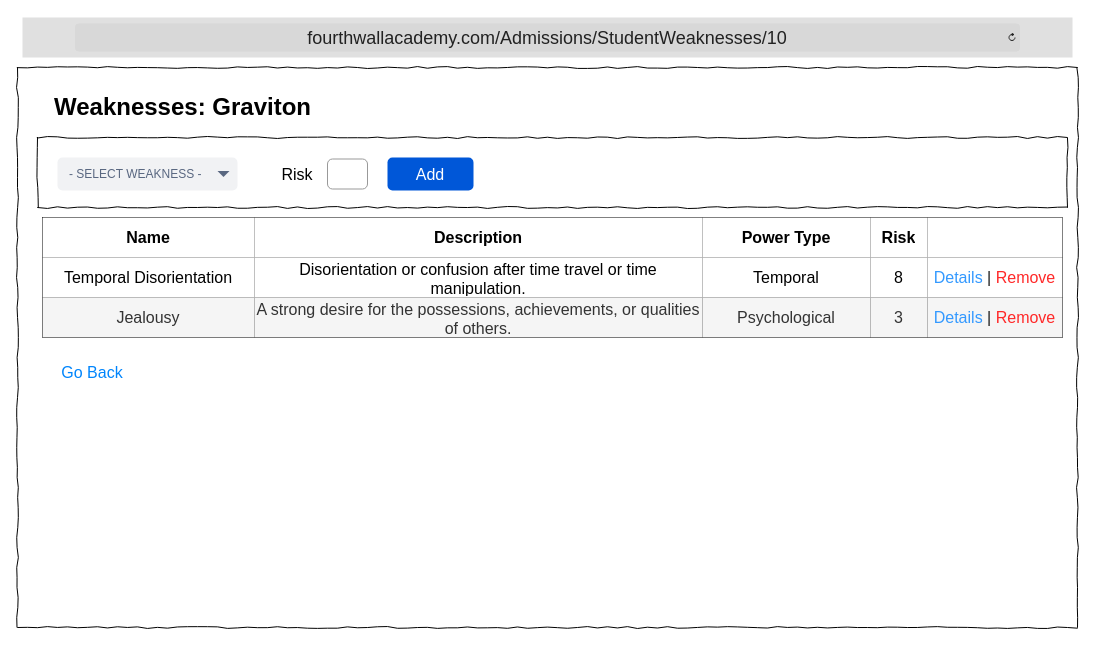
Before: DesignDocument/Wireframes/4thWallAcademy_Students_Weaknesses.drawio in TRed91/4thWallAcademy, a draw.io diagram. Source tidied: cells renumbered, new cells numbered last; positions are measured from the earlier drawing's top-left corner, leaving out a move shared by most shapes. Both pictures are drawn from the tidied source at 100%, with x=0, y=0 at pixel (17, 17).
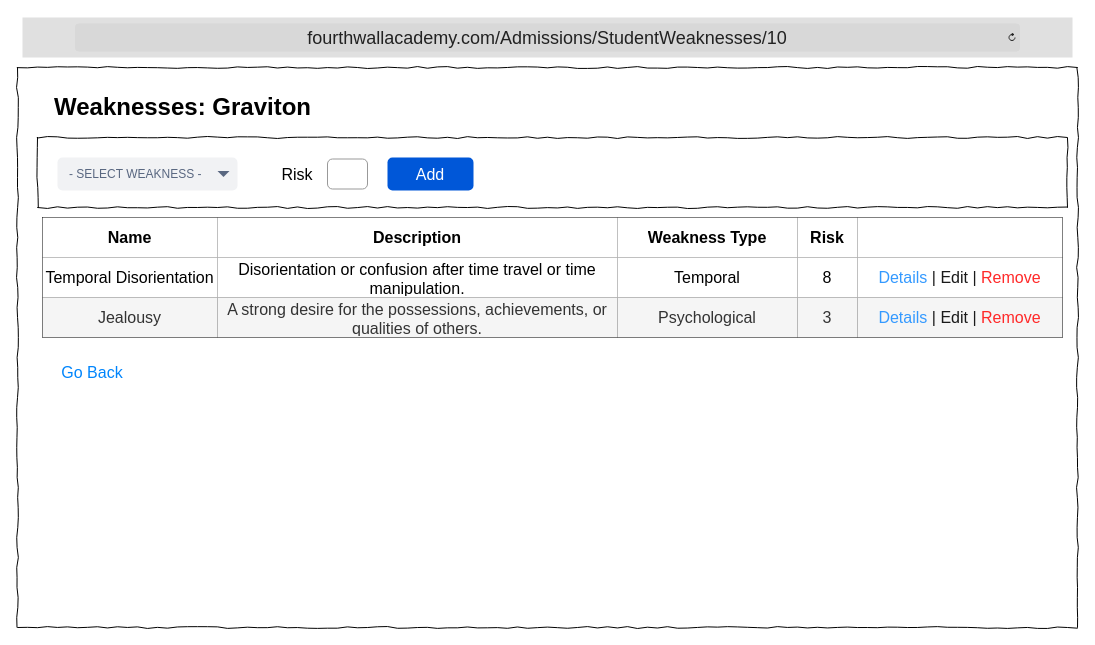
After the change.

Unchanged cells that the change refers to:
```xml
<mxCell id="7" style="shape=tableRow;horizontal=0;startSize=0;swimlaneHead=0;swimlaneBody=0;strokeColor=inherit;top=0;left=0;bottom=0;right=0;fillColor=none;fontSize=16;" parent="6" vertex="1">
  <mxGeometry width="1020" height="40" as="geometry" />
</mxCell>
<mxCell id="13" style="shape=tableRow;horizontal=0;startSize=0;swimlaneHead=0;swimlaneBody=0;strokeColor=inherit;top=0;left=0;bottom=0;right=0;fillColor=none;fontSize=16;" parent="6" vertex="1">
  <mxGeometry y="40" width="1020" height="40" as="geometry" />
</mxCell>
<mxCell id="19" style="shape=tableRow;horizontal=0;startSize=0;swimlaneHead=0;swimlaneBody=0;strokeColor=inherit;top=0;left=0;bottom=0;right=0;fillColor=none;fontSize=16;" parent="6" vertex="1">
  <mxGeometry y="80" width="1020" height="40" as="geometry" />
</mxCell>
```

The edit, as a diff of the source:
```diff
@@
     <mxCell id="8" value="&lt;b&gt;Name&lt;/b&gt;" style="shape=partialRectangle;html=1;whiteSpace=wrap;overflow=hidden;top=0;left=0;bottom=0;right=0;fontSize=16;" parent="7" vertex="1">
-      <mxGeometry width="212" height="40" as="geometry" />
+      <mxGeometry width="175" height="40" as="geometry" />
     </mxCell>
     <mxCell id="9" value="&lt;b&gt;Description&lt;/b&gt;" style="shape=partialRectangle;html=1;whiteSpace=wrap;overflow=hidden;top=0;left=0;bottom=0;right=0;fontSize=16;" parent="7" vertex="1">
-      <mxGeometry x="212" width="448" height="40" as="geometry" />
+      <mxGeometry x="175" width="400" height="40" as="geometry" />
     </mxCell>
-    <mxCell id="10" value="&lt;b&gt;Power Type&lt;/b&gt;" style="shape=partialRectangle;html=1;whiteSpace=wrap;overflow=hidden;top=0;left=0;bottom=0;right=0;fontSize=16;" parent="7" vertex="1">
-      <mxGeometry x="660" width="168" height="40" as="geometry" />
+    <mxCell id="10" value="&lt;b&gt;Weakness Type&lt;/b&gt;" style="shape=partialRectangle;html=1;whiteSpace=wrap;overflow=hidden;top=0;left=0;bottom=0;right=0;fontSize=16;" parent="7" vertex="1">
+      <mxGeometry x="575" width="180" height="40" as="geometry" />
     </mxCell>
     <mxCell id="11" value="&lt;b&gt;Risk&lt;/b&gt;" style="shape=partialRectangle;html=1;whiteSpace=wrap;overflow=hidden;top=0;left=0;bottom=0;right=0;fontSize=16;" parent="7" vertex="1">
-      <mxGeometry x="828" width="57" height="40" as="geometry" />
+      <mxGeometry x="755" width="60" height="40" as="geometry" />
     </mxCell>
     <mxCell id="12" style="shape=partialRectangle;html=1;whiteSpace=wrap;overflow=hidden;top=0;left=0;bottom=0;right=0;fontSize=16;" parent="7" vertex="1">
-      <mxGeometry x="885" width="135" height="40" as="geometry" />
+      <mxGeometry x="815" width="205" height="40" as="geometry" />
     </mxCell>
@@
     <mxCell id="14" value="Temporal Disorientation" style="shape=partialRectangle;html=1;whiteSpace=wrap;overflow=hidden;top=0;left=0;bottom=0;right=0;fontSize=16;" parent="13" vertex="1">
-      <mxGeometry width="212" height="40" as="geometry" />
+      <mxGeometry width="175" height="40" as="geometry" />
     </mxCell>
     <mxCell id="15" value="Disorientation or confusion after time travel or time manipulation." style="shape=partialRectangle;html=1;whiteSpace=wrap;overflow=hidden;top=0;left=0;bottom=0;right=0;fontSize=16;" parent="13" vertex="1">
-      <mxGeometry x="212" width="448" height="40" as="geometry" />
+      <mxGeometry x="175" width="400" height="40" as="geometry" />
     </mxCell>
     <mxCell id="16" value="Temporal" style="shape=partialRectangle;html=1;whiteSpace=wrap;overflow=hidden;top=0;left=0;bottom=0;right=0;fontSize=16;" parent="13" vertex="1">
-      <mxGeometry x="660" width="168" height="40" as="geometry" />
+      <mxGeometry x="575" width="180" height="40" as="geometry" />
     </mxCell>
     <mxCell id="17" value="8" style="shape=partialRectangle;html=1;whiteSpace=wrap;overflow=hidden;top=0;left=0;bottom=0;right=0;fontSize=16;" parent="13" vertex="1">
-      <mxGeometry x="828" width="57" height="40" as="geometry" />
+      <mxGeometry x="755" width="60" height="40" as="geometry" />
     </mxCell>
-    <mxCell id="18" value="&lt;font color=&quot;#3399ff&quot;&gt;Details&lt;/font&gt;&lt;font color=&quot;#ff2929&quot;&gt; &lt;/font&gt;&lt;font color=&quot;#1a1a1a&quot;&gt;|&lt;/font&gt;&lt;font color=&quot;#ff2929&quot;&gt; Remove&lt;/font&gt;" style="shape=partialRectangle;html=1;whiteSpace=wrap;overflow=hidden;top=0;left=0;bottom=0;right=0;fontSize=16;" parent="13" vertex="1">
-      <mxGeometry x="885" width="135" height="40" as="geometry" />
+    <mxCell id="18" value="&lt;font color=&quot;#3399ff&quot;&gt;Details&lt;/font&gt;&lt;font color=&quot;#ff2929&quot;&gt; &lt;/font&gt;&lt;font color=&quot;#1a1a1a&quot;&gt;| &lt;/font&gt;&lt;font style=&quot;color: light-dark(rgb(26, 26, 26), rgb(51, 153, 255));&quot;&gt;Edit&lt;/font&gt;&lt;font color=&quot;#1a1a1a&quot;&gt; |&lt;/font&gt;&lt;font color=&quot;#ff2929&quot;&gt; Remove&lt;/font&gt;" style="shape=partialRectangle;html=1;whiteSpace=wrap;overflow=hidden;top=0;left=0;bottom=0;right=0;fontSize=16;" parent="13" vertex="1">
+      <mxGeometry x="815" width="205" height="40" as="geometry" />
     </mxCell>
@@
     <mxCell id="20" value="Jealousy" style="shape=partialRectangle;html=1;whiteSpace=wrap;strokeColor=#666666;overflow=hidden;fillColor=#f5f5f5;top=0;left=0;bottom=0;right=0;fontSize=16;fontColor=#333333;" parent="19" vertex="1">
-      <mxGeometry width="212" height="40" as="geometry" />
+      <mxGeometry width="175" height="40" as="geometry" />
     </mxCell>
     <mxCell id="21" value="A strong desire for the possessions, achievements, or qualities of others." style="shape=partialRectangle;html=1;whiteSpace=wrap;strokeColor=#666666;overflow=hidden;fillColor=#f5f5f5;top=0;left=0;bottom=0;right=0;fontSize=16;fontColor=#333333;" parent="19" vertex="1">
-      <mxGeometry x="212" width="448" height="40" as="geometry" />
+      <mxGeometry x="175" width="400" height="40" as="geometry" />
     </mxCell>
     <mxCell id="22" value="Psychological" style="shape=partialRectangle;html=1;whiteSpace=wrap;strokeColor=#666666;overflow=hidden;fillColor=#f5f5f5;top=0;left=0;bottom=0;right=0;fontSize=16;fontColor=#333333;" parent="19" vertex="1">
-      <mxGeometry x="660" width="168" height="40" as="geometry" />
+      <mxGeometry x="575" width="180" height="40" as="geometry" />
     </mxCell>
     <mxCell id="23" value="3" style="shape=partialRectangle;html=1;whiteSpace=wrap;strokeColor=#666666;overflow=hidden;fillColor=#f5f5f5;top=0;left=0;bottom=0;right=0;fontSize=16;fontColor=#333333;" parent="19" vertex="1">
-      <mxGeometry x="828" width="57" height="40" as="geometry" />
+      <mxGeometry x="755" width="60" height="40" as="geometry" />
     </mxCell>
-    <mxCell id="24" value="&lt;font color=&quot;#3399ff&quot;&gt;Details&lt;/font&gt;&lt;font color=&quot;#ff2929&quot;&gt;&amp;nbsp;&lt;/font&gt;&lt;font color=&quot;#1a1a1a&quot;&gt;|&lt;/font&gt;&lt;font color=&quot;#ff2929&quot;&gt;&amp;nbsp;Remove&lt;/font&gt;" style="shape=partialRectangle;html=1;whiteSpace=wrap;strokeColor=#666666;overflow=hidden;fillColor=#f5f5f5;top=0;left=0;bottom=0;right=0;fontSize=16;fontColor=#333333;" parent="19" vertex="1">
-      <mxGeometry x="885" width="135" height="40" as="geometry" />
+    <mxCell id="24" value="&lt;font color=&quot;#3399ff&quot;&gt;Details&lt;/font&gt;&lt;font color=&quot;#ff2929&quot;&gt;&amp;nbsp;&lt;/font&gt;&lt;font color=&quot;#1a1a1a&quot;&gt;| &lt;/font&gt;&lt;font style=&quot;color: light-dark(rgb(26, 26, 26), rgb(51, 153, 255));&quot;&gt;Edit&lt;/font&gt;&lt;font color=&quot;#1a1a1a&quot;&gt; |&lt;/font&gt;&lt;font color=&quot;#ff2929&quot;&gt;&amp;nbsp;Remove&lt;/font&gt;" style="shape=partialRectangle;html=1;whiteSpace=wrap;strokeColor=#666666;overflow=hidden;fillColor=#f5f5f5;top=0;left=0;bottom=0;right=0;fontSize=16;fontColor=#333333;" parent="19" vertex="1">
+      <mxGeometry x="815" width="205" height="40" as="geometry" />
     </mxCell>
```
